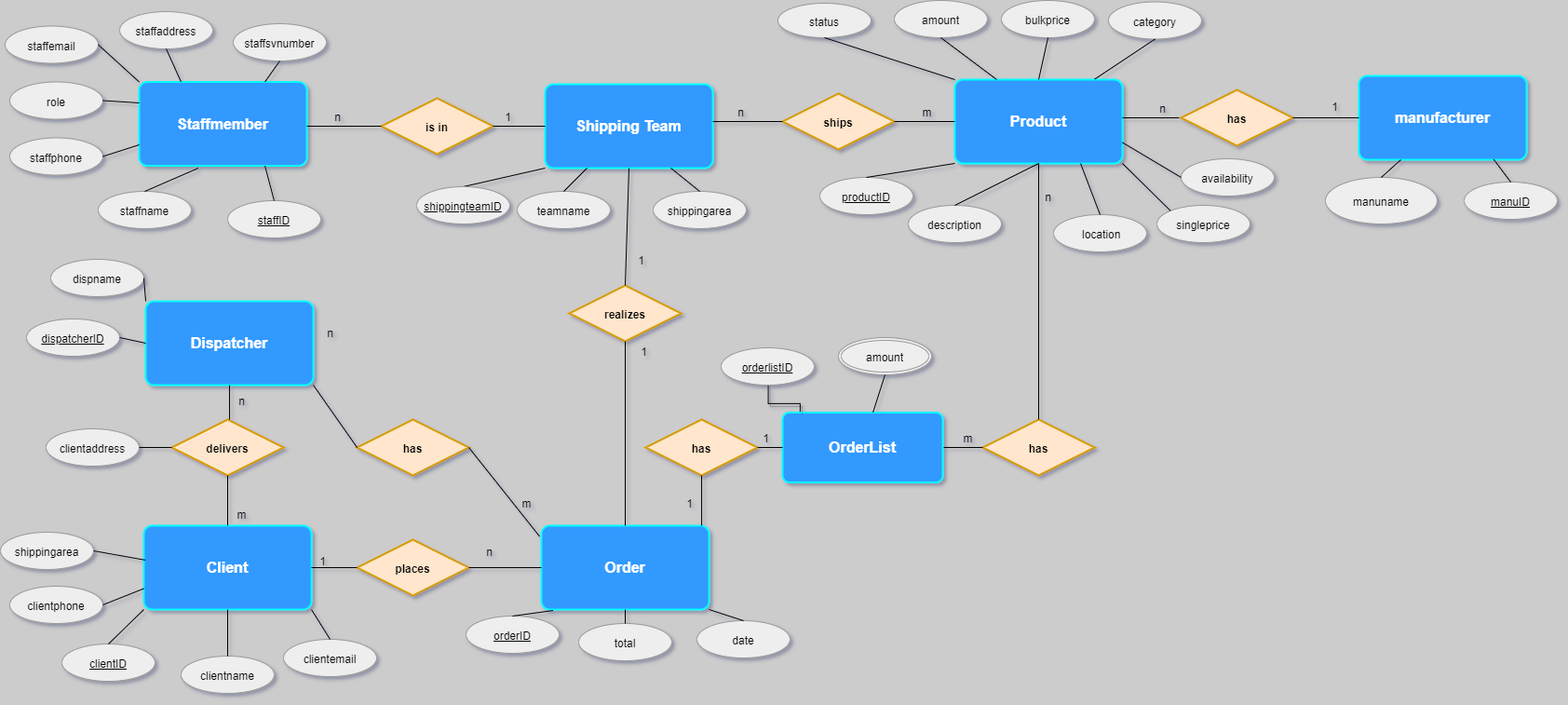
CodeFactoryWien/WF-Java-05 keeps this draw.io diagram as re_diagram.png. Above is the earlier version. Source tidied: cells renumbered, new cells last; positions are measured from the earlier drawing's top-left corner, leaving out a move shared by most shapes.
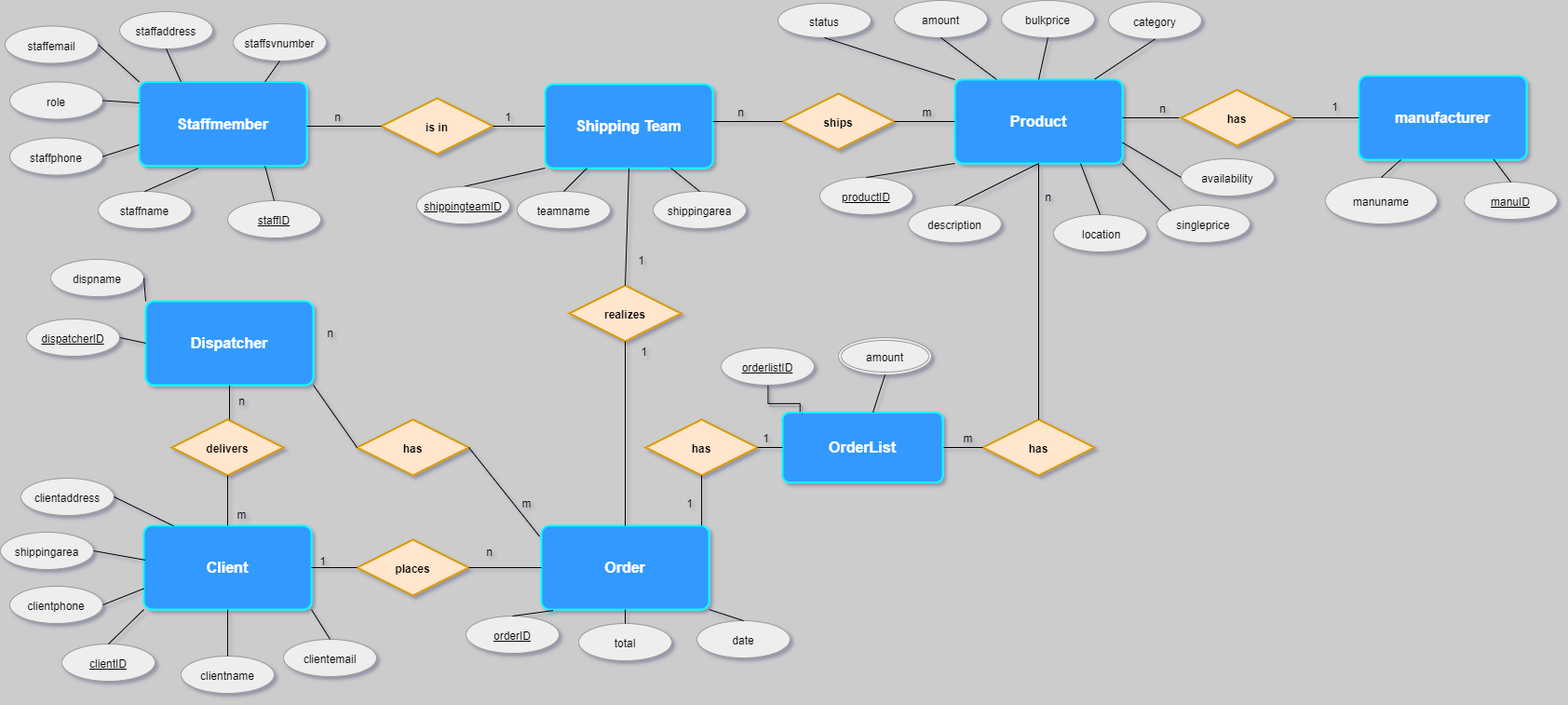
Later version of the same file.

What changed in the source:
```diff
@@ -69,7 +69,7 @@
       <mxGeometry x="194" y="704" width="100" height="40" as="geometry" />
     </mxCell>
     <mxCell id="24" value="clientaddress" style="ellipse;whiteSpace=wrap;html=1;align=center;shadow=0;strokeColor=#999999;fillColor=#eeeeee;fixDash=0;" parent="1" vertex="1">
-      <mxGeometry x="49" y="460" width="100" height="40" as="geometry" />
+      <mxGeometry x="22" y="513" width="100" height="40" as="geometry" />
     </mxCell>
     <mxCell id="25" value="clientemail" style="ellipse;whiteSpace=wrap;html=1;align=center;shadow=0;strokeColor=#999999;fillColor=#eeeeee;fixDash=0;" parent="1" vertex="1">
       <mxGeometry x="304" y="686" width="100" height="40" as="geometry" />
@@ -326,7 +326,7 @@
     <mxCell id="107" value="delivers" style="shape=rhombus;perimeter=rhombusPerimeter;whiteSpace=wrap;html=1;align=center;shadow=0;fontStyle=1;strokeColor=#d79b00;strokeWidth=2;fillColor=#ffe6cc;" parent="1" vertex="1">
       <mxGeometry x="184" y="450" width="120" height="60" as="geometry" />
     </mxCell>
-    <mxCell id="108" style="endArrow=none;html=1;rounded=0;exitX=1;exitY=0.5;exitDx=0;exitDy=0;entryX=0;entryY=0.5;entryDx=0;entryDy=0;" parent="1" edge="1" source="24" target="107">
+    <mxCell id="108" style="endArrow=none;html=1;rounded=0;exitX=1;exitY=0.5;exitDx=0;exitDy=0;entryX=0.177;entryY=0.003;entryDx=0;entryDy=0;entryPerimeter=0;" parent="1" edge="1" source="24" target="21">
       <mxGeometry relative="1" as="geometry" />
     </mxCell>
     <mxCell id="109" style="endArrow=none;html=1;rounded=0;exitX=0.5;exitY=1;exitDx=0;exitDy=0;entryX=0.517;entryY=0;entryDx=0;entryDy=0;entryPerimeter=0;" parent="1" edge="1" source="29" target="107">
```
